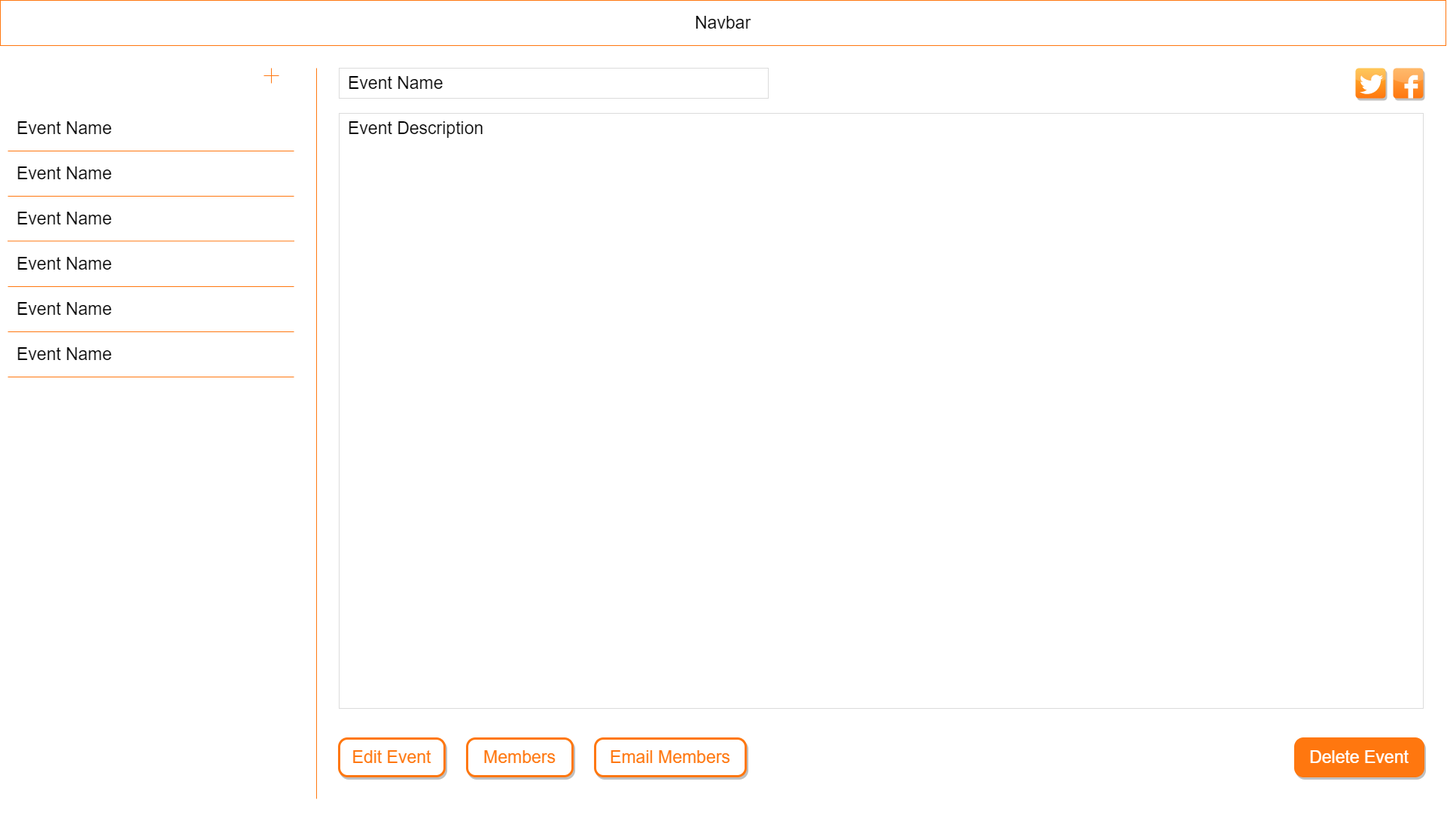
Above: client/mockup designs/myEvents Page Mockup.png in MuazAlhaidar/BeeHive (draw.io), before the change. Source tidied: cells renumbered, new cells last; positions are measured from the earlier drawing's top-left corner, leaving out a move shared by most shapes.
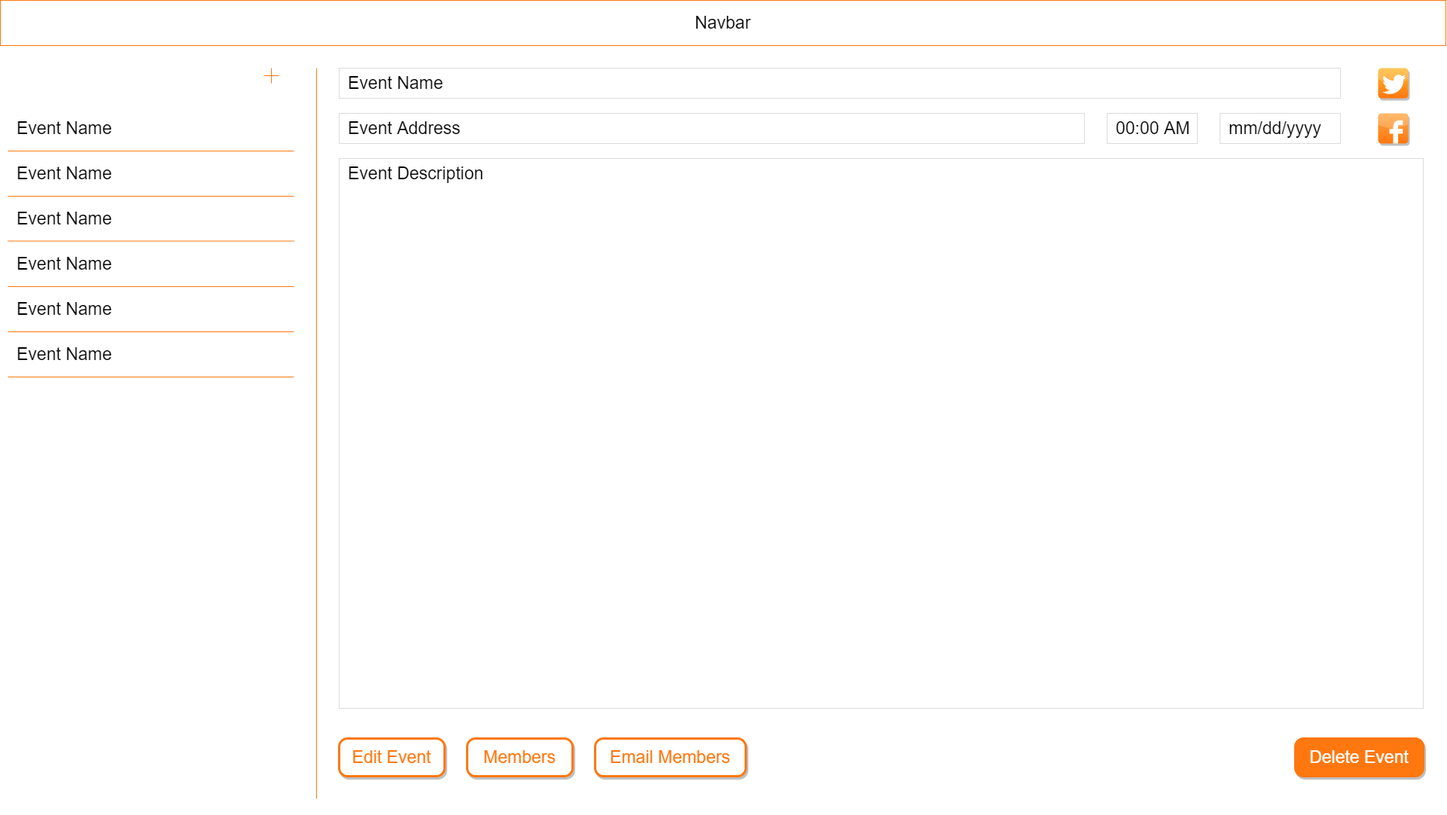
Later version of the same file.

Commit message:
Final Additions to the Events page MOCKUP

The edit, as a diff of the source:
```diff
@@ -81,10 +81,10 @@
       </mxGeometry>
     </mxCell>
     <mxCell id="21" style="dashed=0;html=1;align=center;labelPosition=center;verticalLabelPosition=bottom;verticalAlign=top;shape=mxgraph.webicons.facebook;rounded=1;shadow=1;labelBackgroundColor=none;strokeWidth=3;fontSize=23;fontColor=#FFFFFF;strokeColor=none;fillColor=#FFA845;gradientColor=#FF770F;" parent="3" vertex="1">
-      <mxGeometry x="1850" y="90" width="40" height="40" as="geometry" />
+      <mxGeometry x="1830" y="150" width="40" height="40" as="geometry" />
     </mxCell>
     <mxCell id="22" style="dashed=0;html=1;align=center;labelPosition=center;verticalLabelPosition=bottom;verticalAlign=top;shape=mxgraph.webicons.twitter;rounded=1;shadow=1;labelBackgroundColor=none;strokeColor=#000000;strokeWidth=3;fontSize=23;fontColor=#FFFFFF;fillColor=#FFB92E;gradientColor=#FF770F;" parent="3" vertex="1">
-      <mxGeometry x="1800" y="90" width="40" height="40" as="geometry" />
+      <mxGeometry x="1830" y="90" width="40" height="40" as="geometry" />
     </mxCell>
     <mxCell id="23" value="Edit Panel" parent="0" />
     <mxCell id="24" style="endArrow=none;html=1;strokeColor=#FF770F;fontSize=23;" parent="23" edge="1">
@@ -94,10 +94,10 @@
       </mxGeometry>
     </mxCell>
     <mxCell id="25" value="Event Name" style="rounded=0;whiteSpace=wrap;html=1;fontSize=23;align=left;spacingLeft=10;strokeColor=#DBDBDB;" parent="23" vertex="1">
-      <mxGeometry x="450" y="90" width="570" height="40" as="geometry" />
+      <mxGeometry x="450" y="90" width="1330" height="40" as="geometry" />
     </mxCell>
     <mxCell id="26" value="Event Description" style="rounded=0;whiteSpace=wrap;html=1;fontSize=23;align=left;spacingLeft=10;strokeColor=#DBDBDB;verticalAlign=top;" parent="23" vertex="1">
-      <mxGeometry x="450" y="150" width="1440" height="790" as="geometry" />
+      <mxGeometry x="450" y="210" width="1440" height="730" as="geometry" />
     </mxCell>
     <mxCell id="27" value="Edit Event" style="rounded=1;whiteSpace=wrap;html=1;fontSize=23;align=center;arcSize=22;strokeColor=#FF770F;fillColor=#FFFFFF;strokeWidth=3;fontColor=#FF770F;labelBorderColor=none;labelBackgroundColor=none;shadow=1;" parent="23" vertex="1">
       <mxGeometry x="450" y="980" width="140" height="50" as="geometry" />
@@ -111,5 +111,14 @@
     <mxCell id="30" value="Delete Event" style="rounded=1;whiteSpace=wrap;html=1;fontSize=23;align=center;arcSize=22;strokeColor=#FF770F;strokeWidth=3;labelBorderColor=none;labelBackgroundColor=none;shadow=1;fillColor=#FF770F;fontColor=#FFFFFF;" parent="23" vertex="1">
       <mxGeometry x="1720" y="980" width="170" height="50" as="geometry" />
     </mxCell>
+    <mxCell id="31" value="Event Address" style="rounded=0;whiteSpace=wrap;html=1;fontSize=23;align=left;spacingLeft=10;strokeColor=#DBDBDB;" parent="23" vertex="1">
+      <mxGeometry x="450" y="150" width="990" height="40" as="geometry" />
+    </mxCell>
+    <mxCell id="32" value="mm/dd/yyyy" style="rounded=0;whiteSpace=wrap;html=1;fontSize=23;align=left;spacingLeft=10;strokeColor=#DBDBDB;" parent="23" vertex="1">
+      <mxGeometry x="1620" y="150" width="160" height="40" as="geometry" />
+    </mxCell>
+    <mxCell id="33" value="00:00 AM" style="rounded=0;whiteSpace=wrap;html=1;fontSize=23;align=left;spacingLeft=10;strokeColor=#DBDBDB;" parent="23" vertex="1">
+      <mxGeometry x="1470" y="150" width="120" height="40" as="geometry" />
+    </mxCell>
   </root>
 </mxGraphModel>
```
